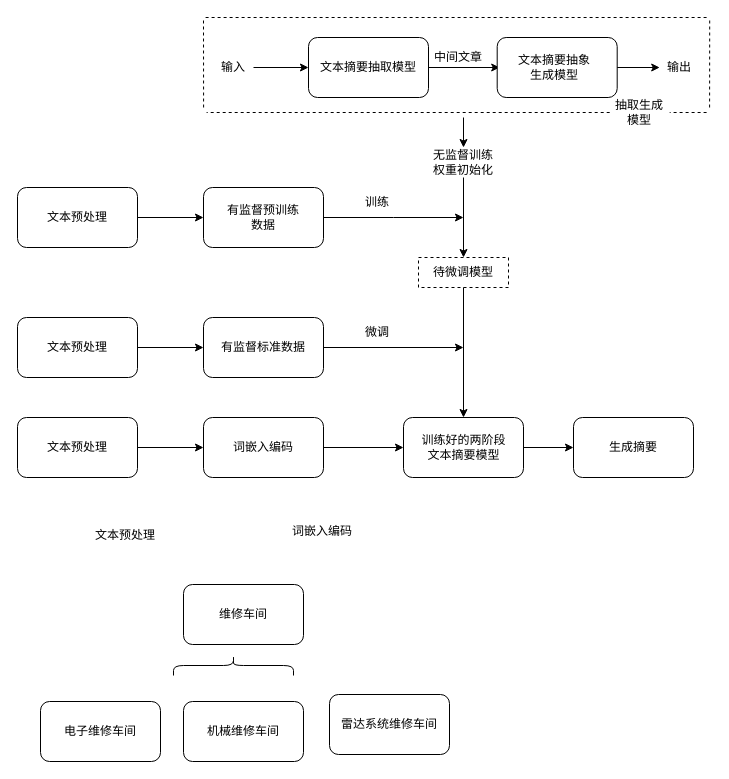
This is 未命名绘图.drawio from wan-wer/test, a draw.io file, before an edit. Source tidied: cells renumbered, new cells numbered last; positions are measured from the earlier drawing's top-left corner, leaving out a move shared by most shapes. Both pictures are drawn from the tidied source at 100%, with x=0, y=0 at pixel (17, 17).
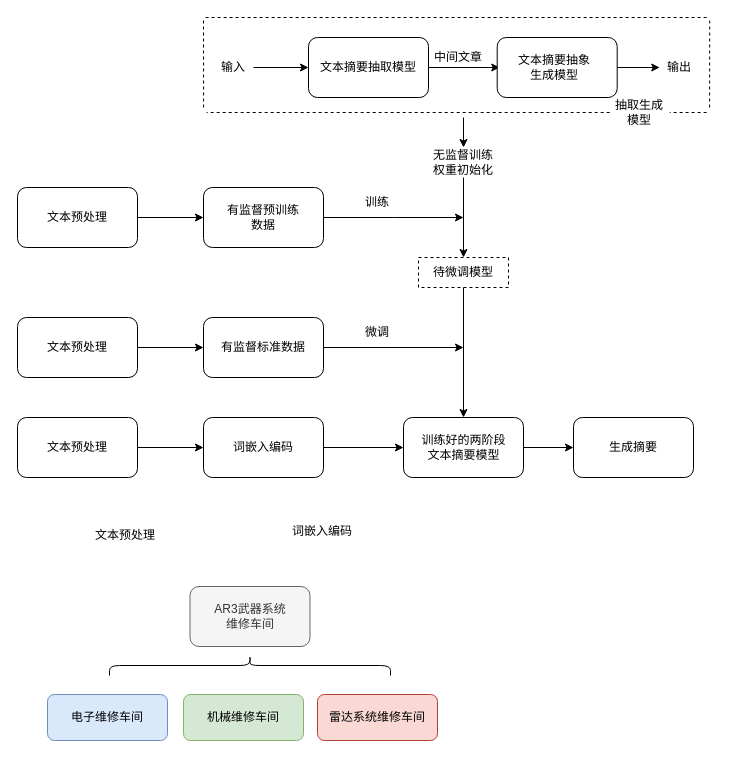
The same page after the edit.

Commit message:
更新未命名绘图.drawio

Diff of the diagram source:
```diff
@@
-    <mxCell id="49" value="电子维修车间" style="rounded=1;whiteSpace=wrap;html=1;" parent="1" vertex="1">
-      <mxGeometry x="23" y="684" width="120" height="60" as="geometry" />
+    <mxCell id="49" value="电子维修车间" style="rounded=1;whiteSpace=wrap;html=1;fillColor=#dae8fc;strokeColor=#6c8ebf;" parent="1" vertex="1">
+      <mxGeometry x="30" y="677" width="120" height="46" as="geometry" />
     </mxCell>
-    <mxCell id="50" value="维修车间" style="rounded=1;whiteSpace=wrap;html=1;" parent="1" vertex="1">
-      <mxGeometry x="166" y="567" width="120" height="60" as="geometry" />
+    <mxCell id="50" value="AR3武器系统&lt;div&gt;维修车间&lt;/div&gt;" style="rounded=1;whiteSpace=wrap;html=1;fillColor=#f5f5f5;strokeColor=#666666;fontColor=#333333;" parent="1" vertex="1">
+      <mxGeometry x="172.5" y="569" width="120" height="60" as="geometry" />
     </mxCell>
@@
-    <mxCell id="53" value="机械维修车间" style="rounded=1;whiteSpace=wrap;html=1;" parent="1" vertex="1">
-      <mxGeometry x="166" y="684" width="120" height="60" as="geometry" />
+    <mxCell id="53" value="机械维修车间" style="rounded=1;whiteSpace=wrap;html=1;fillColor=#d5e8d4;strokeColor=#82b366;" parent="1" vertex="1">
+      <mxGeometry x="166" y="677" width="120" height="46" as="geometry" />
     </mxCell>
-    <mxCell id="54" value="雷达系统&lt;span style=&quot;background-color: transparent; color: light-dark(rgb(0, 0, 0), rgb(255, 255, 255));&quot;&gt;维修车间&lt;/span&gt;" style="rounded=1;whiteSpace=wrap;html=1;" parent="1" vertex="1">
-      <mxGeometry x="312" y="677" width="120" height="60" as="geometry" />
+    <mxCell id="54" value="雷达系统&lt;span style=&quot;background-color: transparent; color: light-dark(rgb(0, 0, 0), rgb(255, 255, 255));&quot;&gt;维修车间&lt;/span&gt;" style="rounded=1;whiteSpace=wrap;html=1;fillColor=#fad9d5;strokeColor=#ae4132;" parent="1" vertex="1">
+      <mxGeometry x="300" y="677" width="120" height="46" as="geometry" />
     </mxCell>
     <mxCell id="55" style="shape=curlyBracket;whiteSpace=wrap;html=1;rounded=1;flipH=1;labelPosition=right;verticalLabelPosition=middle;align=left;verticalAlign=middle;rotation=-90;" parent="1" vertex="1">
-      <mxGeometry x="206" y="588" width="20" height="120" as="geometry" />
+      <mxGeometry x="222.5" y="507.5" width="20" height="281" as="geometry" />
     </mxCell>
```
